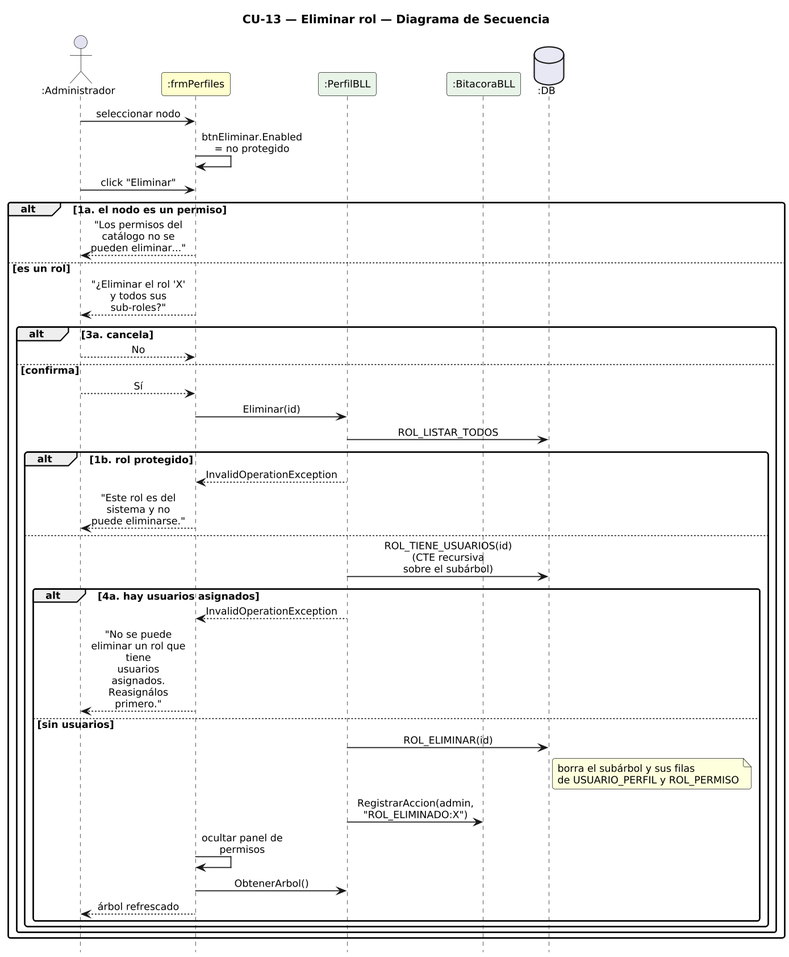
Earlier version of the PlantUML export DIAGRAMAS/DiagramaSecuencia_CU13_EliminarRol.png (Urrels/ingenieria_software).
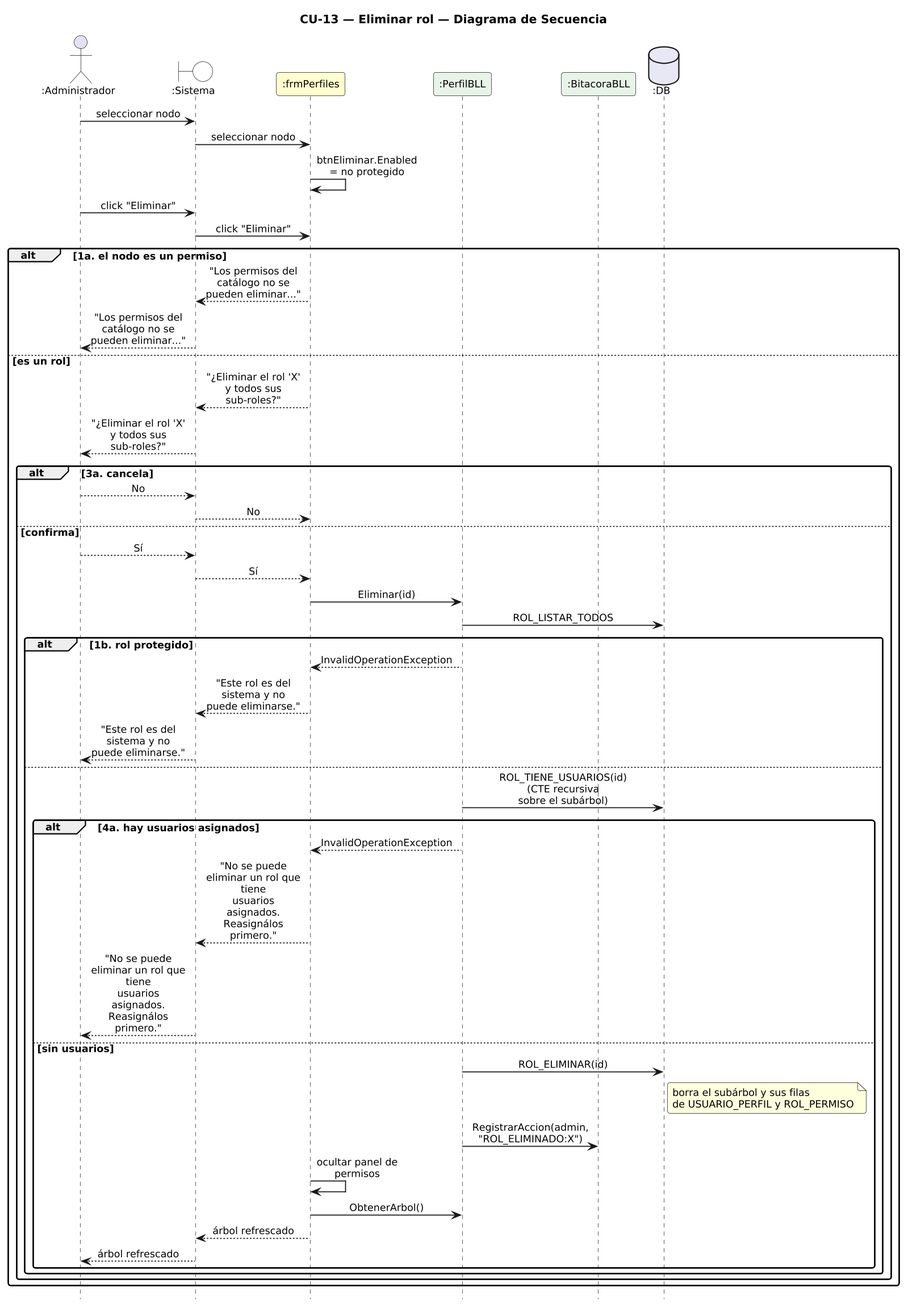
Later version of the same file.

What changed in the source:
```diff
@@ -14,39 +14,49 @@
 hide footbox
 
 actor ":Administrador" as A
+boundary ":Sistema" as SYS #FFFFFF
 participant ":frmPerfiles" as F #FEFECE
 participant ":PerfilBLL" as PB #E8F4E8
 participant ":BitacoraBLL" as BB #E8F4E8
 database ":DB" as DB #E8E8F4
 
-A -> F : seleccionar nodo
+A -> SYS : seleccionar nodo
+SYS -> F : seleccionar nodo
 F -> F : btnEliminar.Enabled = no protegido
-A -> F : click "Eliminar"
+A -> SYS : click "Eliminar"
+SYS -> F : click "Eliminar"
 alt 1a. el nodo es un permiso
-  F --> A : "Los permisos del catálogo no se pueden eliminar..."
+  F --> SYS : "Los permisos del catálogo no se pueden eliminar..."
+  SYS --> A : "Los permisos del catálogo no se pueden eliminar..."
 else es un rol
-  F --> A : "¿Eliminar el rol 'X' y todos sus sub-roles?"
+  F --> SYS : "¿Eliminar el rol 'X' y todos sus sub-roles?"
+  SYS --> A : "¿Eliminar el rol 'X' y todos sus sub-roles?"
   alt 3a. cancela
-    A --> F : No
+    A --> SYS : No
+    SYS --> F : No
   else confirma
-    A --> F : Sí
+    A --> SYS : Sí
+    SYS --> F : Sí
     F -> PB : Eliminar(id)
     PB -> DB : ROL_LISTAR_TODOS
     alt 1b. rol protegido
       PB --> F : InvalidOperationException
-      F --> A : "Este rol es del sistema y no puede eliminarse."
+      F --> SYS : "Este rol es del sistema y no puede eliminarse."
+      SYS --> A : "Este rol es del sistema y no puede eliminarse."
     else
       PB -> DB : ROL_TIENE_USUARIOS(id)\n(CTE recursiva sobre el subárbol)
       alt 4a. hay usuarios asignados
         PB --> F : InvalidOperationException
-        F --> A : "No se puede eliminar un rol que tiene\nusuarios asignados. Reasignálos primero."
+        F --> SYS : "No se puede eliminar un rol que tiene\nusuarios asignados. Reasignálos primero."
+        SYS --> A : "No se puede eliminar un rol que tiene\nusuarios asignados. Reasignálos primero."
       else sin usuarios
         PB -> DB : ROL_ELIMINAR(id)
         note right of DB : borra el subárbol y sus filas\nde USUARIO_PERFIL y ROL_PERMISO
         PB -> BB : RegistrarAccion(admin, "ROL_ELIMINADO:X")
         F -> F : ocultar panel de permisos
         F -> PB : ObtenerArbol()
-        F --> A : árbol refrescado
+        F --> SYS : árbol refrescado
+        SYS --> A : árbol refrescado
       end
     end
   end
```
